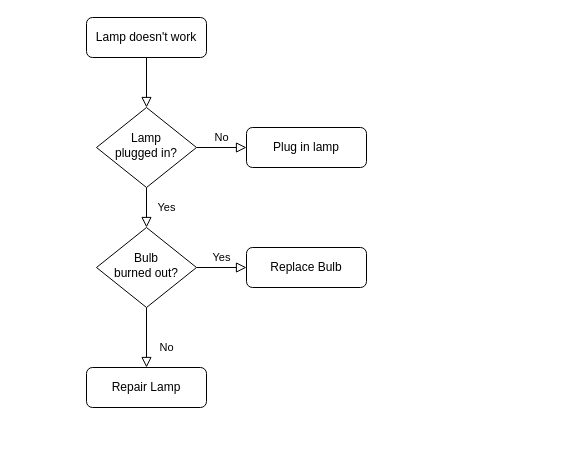
This is multi-diff.drawio from littlelady2015/yctea, a draw.io file, before an edit. Source tidied: cells renumbered, new cells numbered last; positions are measured from the earlier drawing's top-left corner, leaving out a move shared by most shapes. Both pictures are drawn from the tidied source at 100%, with x=0, y=0 at pixel (86, 17).
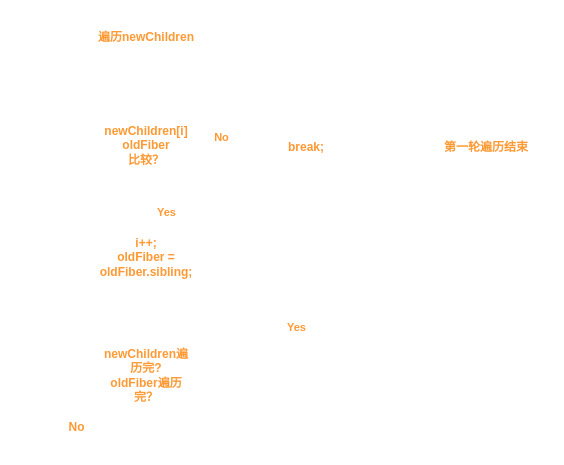
The same diagram, later.

The edit, as a diff of the source:
```diff
@@
-    <mxCell id="2" style="rounded=0;html=1;jettySize=auto;fontSize=11;endArrow=block;endFill=0;endSize=8;strokeWidth=1;shadow=0;labelBackgroundColor=none;edgeStyle=orthogonalEdgeStyle;" parent="1" edge="1" source="3" target="6">
+    <mxCell id="2" style="rounded=0;html=1;jettySize=auto;fontSize=11;endArrow=block;endFill=0;endSize=8;strokeWidth=1;shadow=0;labelBackgroundColor=none;edgeStyle=orthogonalEdgeStyle;strokeColor=#FFFFFF;fontColor=#FF9933;fontStyle=1;" parent="1" edge="1" source="3" target="6">
       <mxGeometry relative="1" as="geometry" />
     </mxCell>
-    <mxCell id="3" value="Lamp doesn't work" style="rounded=1;whiteSpace=wrap;html=1;fontSize=12;glass=0;strokeWidth=1;shadow=0;" parent="1" vertex="1">
+    <mxCell id="3" value="遍历newChildren" style="rounded=1;whiteSpace=wrap;html=1;fontSize=12;glass=0;strokeWidth=1;shadow=0;strokeColor=#FFFFFF;fontColor=#FF9933;fontStyle=1;" parent="1" vertex="1">
       <mxGeometry width="120" height="40" as="geometry" />
     </mxCell>
-    <mxCell id="4" value="Yes" style="rounded=0;html=1;jettySize=auto;fontSize=11;endArrow=block;endFill=0;endSize=8;strokeWidth=1;shadow=0;labelBackgroundColor=none;edgeStyle=orthogonalEdgeStyle;" parent="1" edge="1" source="6" target="10">
+    <mxCell id="4" value="&lt;font&gt;Yes&lt;/font&gt;" style="rounded=0;html=1;jettySize=auto;fontSize=11;endArrow=block;endFill=0;endSize=8;strokeWidth=1;shadow=0;labelBackgroundColor=none;edgeStyle=orthogonalEdgeStyle;entryX=0.5;entryY=0;entryDx=0;entryDy=0;strokeColor=#FFFFFF;fontColor=#FF9933;fontStyle=1;" parent="1" edge="1" source="6" target="11">
       <mxGeometry y="20" relative="1" as="geometry" />
     </mxCell>
-    <mxCell id="5" value="No" style="edgeStyle=orthogonalEdgeStyle;rounded=0;html=1;jettySize=auto;fontSize=11;endArrow=block;endFill=0;endSize=8;strokeWidth=1;shadow=0;labelBackgroundColor=none;" parent="1" edge="1" source="6" target="7">
+    <mxCell id="5" value="&lt;font&gt;No&lt;/font&gt;" style="edgeStyle=orthogonalEdgeStyle;rounded=0;html=1;jettySize=auto;fontSize=11;endArrow=block;endFill=0;endSize=8;strokeWidth=1;shadow=0;labelBackgroundColor=none;strokeColor=#FFFFFF;fontColor=#FF9933;fontStyle=1;" parent="1" edge="1" source="6" target="7">
       <mxGeometry y="10" relative="1" as="geometry" />
     </mxCell>
-    <mxCell id="6" value="Lamp&lt;br&gt;plugged in?" style="rhombus;whiteSpace=wrap;html=1;shadow=0;fontFamily=Helvetica;fontSize=12;align=center;strokeWidth=1;spacing=6;spacingTop=-4;" parent="1" vertex="1">
+    <mxCell id="6" value="newChildren[i]&lt;br&gt;oldFiber&lt;br&gt;比较？" style="rhombus;whiteSpace=wrap;html=1;shadow=0;fontFamily=Helvetica;fontSize=12;align=center;strokeWidth=1;spacing=6;spacingTop=-4;strokeColor=#FFFFFF;fontColor=#FF9933;fontStyle=1;" parent="1" vertex="1">
       <mxGeometry x="10" y="90" width="100" height="80" as="geometry" />
     </mxCell>
-    <mxCell id="7" value="Plug in lamp" style="rounded=1;whiteSpace=wrap;html=1;fontSize=12;glass=0;strokeWidth=1;shadow=0;" parent="1" vertex="1">
+    <mxCell id="7" value="break;" style="rounded=1;whiteSpace=wrap;html=1;fontSize=12;glass=0;strokeWidth=1;shadow=0;strokeColor=#FFFFFF;fontColor=#FF9933;fontStyle=1;" parent="1" vertex="1">
       <mxGeometry x="160" y="110" width="120" height="40" as="geometry" />
     </mxCell>
+    <mxCell id="11" value="i++;&lt;br&gt;oldFiber = oldFiber.sibling;" style="rounded=1;whiteSpace=wrap;html=1;fontSize=12;glass=0;strokeWidth=1;shadow=0;strokeColor=#FFFFFF;fontColor=#FF9933;fontStyle=1;" parent="1" vertex="1">
+      <mxGeometry y="220" width="120" height="40" as="geometry" />
+    </mxCell>
+    <mxCell id="13" style="edgeStyle=orthogonalEdgeStyle;rounded=0;html=1;jettySize=auto;fontSize=11;endArrow=block;endFill=0;endSize=8;strokeWidth=1;shadow=0;labelBackgroundColor=none;exitX=0.5;exitY=1;exitDx=0;exitDy=0;entryX=0;entryY=0.5;entryDx=0;entryDy=0;strokeColor=#FFFFFF;fontColor=#FF9933;fontStyle=1;" parent="1" edge="1" source="17" target="6">
+      <mxGeometry y="10" relative="1" as="geometry">
+        <Array as="points">
+          <mxPoint x="60" y="420" />
+          <mxPoint x="-60" y="420" />
+          <mxPoint x="-60" y="130" />
+        </Array>
+      </mxGeometry>
+    </mxCell>
+    <mxCell id="14" style="rounded=0;html=1;jettySize=auto;fontSize=11;endArrow=block;endFill=0;endSize=8;strokeWidth=1;shadow=0;labelBackgroundColor=none;edgeStyle=orthogonalEdgeStyle;entryX=0.5;entryY=0;entryDx=0;entryDy=0;exitX=0.5;exitY=1;exitDx=0;exitDy=0;strokeColor=#FFFFFF;fontColor=#FF9933;fontStyle=1;" parent="1" edge="1" source="11">
+      <mxGeometry y="20" relative="1" as="geometry">
+        <mxPoint x="60" y="320" as="targetPoint" />
+      </mxGeometry>
+    </mxCell>
+    <mxCell id="15" value="&lt;br&gt;" style="edgeStyle=orthogonalEdgeStyle;rounded=0;jettySize=auto;html=1;entryX=0.5;entryY=1;entryDx=0;entryDy=0;strokeColor=#FFFFFF;fontColor=#FF9933;fontStyle=1;" parent="1" edge="1" source="17" target="7">
+      <mxGeometry relative="1" as="geometry" />
+    </mxCell>
+    <mxCell id="16" style="edgeStyle=orthogonalEdgeStyle;rounded=0;jettySize=auto;html=1;exitX=1;exitY=0.5;exitDx=0;exitDy=0;entryX=0.5;entryY=1;entryDx=0;entryDy=0;strokeColor=#FFFFFF;fontColor=#FF9933;fontStyle=1;" parent="1" edge="1" source="17" target="7">
+      <mxGeometry relative="1" as="geometry" />
+    </mxCell>
+    <mxCell id="17" value="newChildren遍历完?&lt;br&gt;oldFiber遍历完？" style="rhombus;whiteSpace=wrap;html=1;shadow=0;fontFamily=Helvetica;fontSize=12;align=center;strokeWidth=1;spacing=6;spacingTop=-4;strokeColor=#FFFFFF;fontColor=#FF9933;fontStyle=1;" parent="1" vertex="1">
+      <mxGeometry x="10" y="320" width="100" height="80" as="geometry" />
+    </mxCell>
-    <mxCell id="8" value="No" style="rounded=0;html=1;jettySize=auto;fontSize=11;endArrow=block;endFill=0;endSize=8;strokeWidth=1;shadow=0;labelBackgroundColor=none;edgeStyle=orthogonalEdgeStyle;" parent="1" edge="1" source="10" target="11">
-      <mxGeometry x="0.33" y="20" relative="1" as="geometry" />
+    <mxCell id="8" value="&lt;font&gt;No&lt;/font&gt;" style="text;html=1;align=center;verticalAlign=middle;strokeColor=#FFFFFF;fontColor=#FF9933;fontStyle=1;" parent="1" vertex="1">
+      <mxGeometry x="-25" y="400" width="30" height="20" as="geometry" />
     </mxCell>
+    <mxCell id="18" style="endArrow=classic;html=1;exitX=1;exitY=0.5;exitDx=0;exitDy=0;entryX=0.5;entryY=1;entryDx=0;entryDy=0;strokeColor=#FFFFFF;fontColor=#FF9933;fontStyle=1;" parent="1" edge="1" source="17" target="7">
+      <mxGeometry relative="1" as="geometry">
+        <Array as="points">
+          <mxPoint x="220" y="360" />
+        </Array>
+      </mxGeometry>
+    </mxCell>
-    <mxCell id="9" value="Yes" style="edgeStyle=orthogonalEdgeStyle;rounded=0;html=1;jettySize=auto;fontSize=11;endArrow=block;endFill=0;endSize=8;strokeWidth=1;shadow=0;labelBackgroundColor=none;" parent="1" edge="1" source="10" target="12">
-      <mxGeometry y="10" relative="1" as="geometry" />
+    <mxCell id="9" value="&lt;font&gt;Yes&lt;/font&gt;" style="edgeStyle=orthogonalEdgeStyle;rounded=0;html=1;jettySize=auto;fontSize=11;endArrow=block;endFill=0;endSize=8;strokeWidth=1;shadow=0;labelBackgroundColor=none;exitX=1;exitY=0.5;exitDx=0;exitDy=0;strokeColor=#FFFFFF;fontColor=#FF9933;fontStyle=1;" parent="1" edge="1" source="17">
+      <mxGeometry y="10" relative="1" as="geometry">
+        <mxPoint x="220" y="150" as="targetPoint" />
+        <Array as="points">
+          <mxPoint x="220" y="360" />
+        </Array>
+      </mxGeometry>
     </mxCell>
-    <mxCell id="10" value="Bulb&lt;br&gt;burned out?" style="rhombus;whiteSpace=wrap;html=1;shadow=0;fontFamily=Helvetica;fontSize=12;align=center;strokeWidth=1;spacing=6;spacingTop=-4;" parent="1" vertex="1">
-      <mxGeometry x="10" y="210" width="100" height="80" as="geometry" />
-    </mxCell>
-    <mxCell id="11" value="Repair Lamp" style="rounded=1;whiteSpace=wrap;html=1;fontSize=12;glass=0;strokeWidth=1;shadow=0;" parent="1" vertex="1">
-      <mxGeometry y="350" width="120" height="40" as="geometry" />
-    </mxCell>
-    <mxCell id="12" value="Replace Bulb" style="rounded=1;whiteSpace=wrap;html=1;fontSize=12;glass=0;strokeWidth=1;shadow=0;" parent="1" vertex="1">
-      <mxGeometry x="160" y="230" width="120" height="40" as="geometry" />
-    </mxCell>
+    <mxCell id="19" value="第一轮遍历结束" style="rounded=1;whiteSpace=wrap;html=1;fontSize=12;glass=0;strokeWidth=1;shadow=0;strokeColor=#FFFFFF;fontColor=#FF9933;fontStyle=1;" parent="1" vertex="1">
+      <mxGeometry x="340" y="110" width="120" height="40" as="geometry" />
+    </mxCell>
+    <mxCell id="20" style="edgeStyle=orthogonalEdgeStyle;rounded=0;html=1;jettySize=auto;fontSize=11;endArrow=block;endFill=0;endSize=8;strokeWidth=1;shadow=0;labelBackgroundColor=none;exitX=1;exitY=0.5;exitDx=0;exitDy=0;entryX=0;entryY=0.5;entryDx=0;entryDy=0;strokeColor=#FFFFFF;fontColor=#FF9933;fontStyle=1;" parent="1" edge="1" source="7" target="19">
+      <mxGeometry y="10" relative="1" as="geometry" />
+    </mxCell>
```
